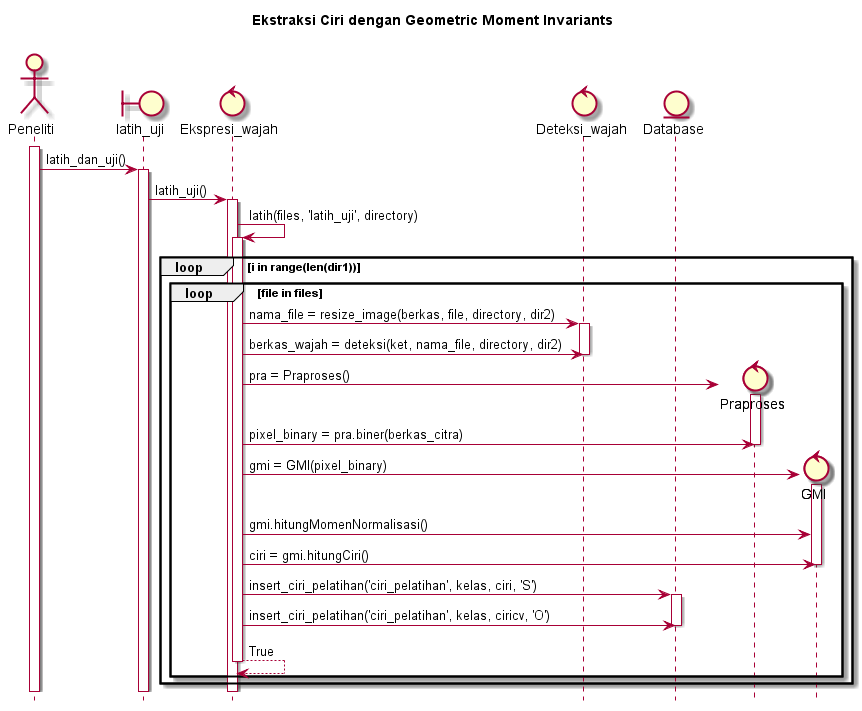
Above: diagram/SD_ekstraksi_ciri.png in ayulestari10/gmisvm (PlantUML), before the change. Source of this version:
```plantuml
@startuml
hide footbox
title Ekstraksi Ciri dengan Geometric Moment Invariants\n

actor Peneliti
boundary latih_uji
control Ekspresi_wajah
control Deteksi_wajah
Entity Database

activate Peneliti
Peneliti -> latih_uji : latih_dan_uji()
activate latih_uji
latih_uji -> Ekspresi_wajah : latih_uji()
activate Ekspresi_wajah
Ekspresi_wajah -> Ekspresi_wajah : latih(files, 'latih_uji', directory)
activate Ekspresi_wajah

	loop i in range(len(dir1))
		loop file in files
			Ekspresi_wajah -> Deteksi_wajah : nama_file = resize_image(berkas, file, directory, dir2)
			activate Deteksi_wajah
			Ekspresi_wajah -> Deteksi_wajah : berkas_wajah = deteksi(ket, nama_file, directory, dir2)
			deactivate Deteksi_wajah

			create control Praproses
			Ekspresi_wajah -> Praproses : pra = Praproses()
			activate Praproses
			Ekspresi_wajah -> Praproses : pixel_binary = pra.biner(berkas_citra)
			deactivate Praproses

			create control GMI
			Ekspresi_wajah -> GMI : gmi = GMI(pixel_binary)
			activate GMI
			Ekspresi_wajah -> GMI : gmi.hitungMomenNormalisasi()
			Ekspresi_wajah -> GMI : ciri = gmi.hitungCiri()
			deactivate GMI

			Ekspresi_wajah -> Database : insert_ciri_pelatihan('ciri_pelatihan', kelas, ciri, 'S')
			activate Database
			Ekspresi_wajah -> Database :  insert_ciri_pelatihan('ciri_pelatihan', kelas, ciricv, 'O')
			deactivate Database
			Ekspresi_wajah --> Ekspresi_wajah : True

			deactivate Ekspresi_wajah
		end
	end

@enduml
```
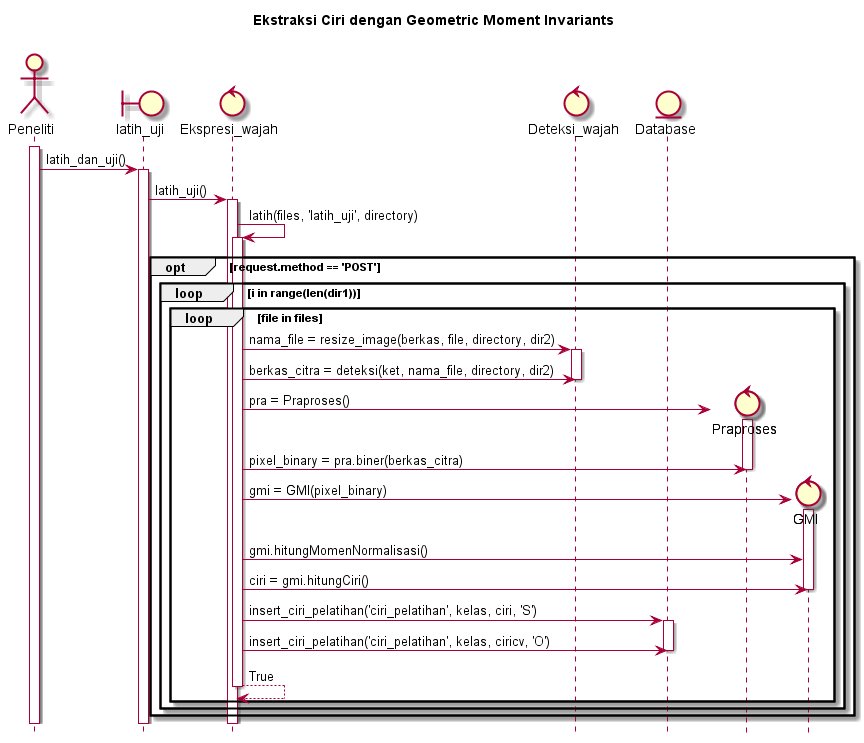
Above is the later version.

What changed in the source:
```diff
@@ -16,33 +16,35 @@
 Ekspresi_wajah -> Ekspresi_wajah : latih(files, 'latih_uji', directory)
 activate Ekspresi_wajah
 
-	loop i in range(len(dir1))
-		loop file in files
-			Ekspresi_wajah -> Deteksi_wajah : nama_file = resize_image(berkas, file, directory, dir2)
-			activate Deteksi_wajah
-			Ekspresi_wajah -> Deteksi_wajah : berkas_wajah = deteksi(ket, nama_file, directory, dir2)
-			deactivate Deteksi_wajah
+	opt request.method == 'POST'
+		loop i in range(len(dir1))
+			loop file in files
+				Ekspresi_wajah -> Deteksi_wajah : nama_file = resize_image(berkas, file, directory, dir2)
+				activate Deteksi_wajah
+				Ekspresi_wajah -> Deteksi_wajah : berkas_citra = deteksi(ket, nama_file, directory, dir2)
+				deactivate Deteksi_wajah
 
-			create control Praproses
-			Ekspresi_wajah -> Praproses : pra = Praproses()
-			activate Praproses
-			Ekspresi_wajah -> Praproses : pixel_binary = pra.biner(berkas_citra)
-			deactivate Praproses
+				create control Praproses
+				Ekspresi_wajah -> Praproses : pra = Praproses()
+				activate Praproses
+				Ekspresi_wajah -> Praproses : pixel_binary = pra.biner(berkas_citra)
+				deactivate Praproses
 
-			create control GMI
-			Ekspresi_wajah -> GMI : gmi = GMI(pixel_binary)
-			activate GMI
-			Ekspresi_wajah -> GMI : gmi.hitungMomenNormalisasi()
-			Ekspresi_wajah -> GMI : ciri = gmi.hitungCiri()
-			deactivate GMI
+				create control GMI
+				Ekspresi_wajah -> GMI : gmi = GMI(pixel_binary)
+				activate GMI
+				Ekspresi_wajah -> GMI : gmi.hitungMomenNormalisasi()
+				Ekspresi_wajah -> GMI : ciri = gmi.hitungCiri()
+				deactivate GMI
 
-			Ekspresi_wajah -> Database : insert_ciri_pelatihan('ciri_pelatihan', kelas, ciri, 'S')
-			activate Database
-			Ekspresi_wajah -> Database :  insert_ciri_pelatihan('ciri_pelatihan', kelas, ciricv, 'O')
-			deactivate Database
-			Ekspresi_wajah --> Ekspresi_wajah : True
+				Ekspresi_wajah -> Database : insert_ciri_pelatihan('ciri_pelatihan', kelas, ciri, 'S')
+				activate Database
+				Ekspresi_wajah -> Database :  insert_ciri_pelatihan('ciri_pelatihan', kelas, ciricv, 'O')
+				deactivate Database
+				Ekspresi_wajah --> Ekspresi_wajah : True
 
-			deactivate Ekspresi_wajah
+				deactivate Ekspresi_wajah
+			end
 		end
 	end
 
```
